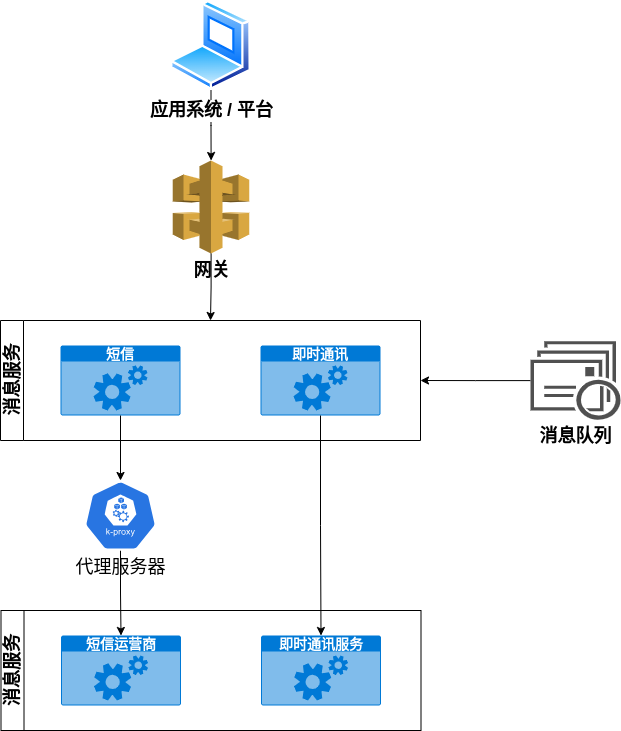
This is urdp/urdp-02-deploy-diagram.drawio.png from O70/diagram-hub, a draw.io export, as it was before one commit. Source tidied: cells renumbered, new cells last; positions are measured from the earlier drawing's top-left corner, leaving out a move shared by most shapes.
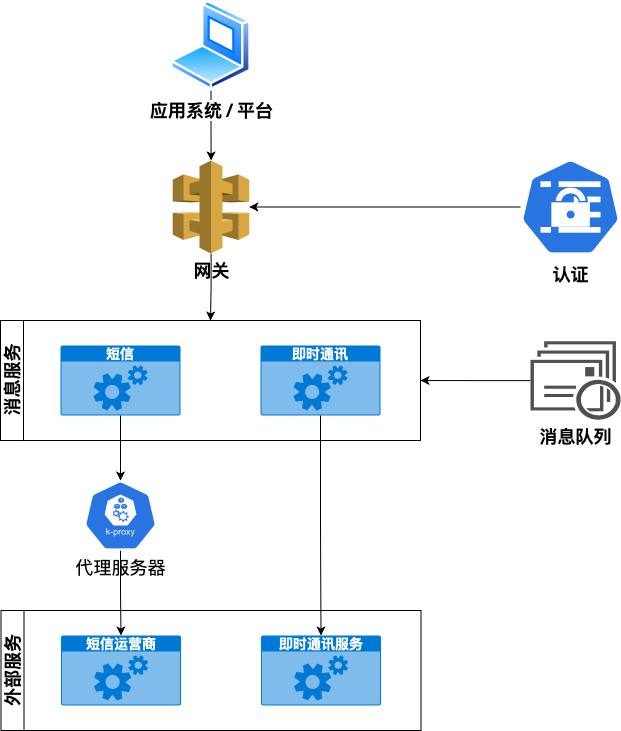
The same diagram one commit later.

Change to the diagram source:
```diff
@@ -32,7 +32,7 @@
     <mxCell id="11" style="edgeStyle=orthogonalEdgeStyle;rounded=0;jettySize=auto;html=1;" parent="1" edge="1" source="7" target="10">
       <mxGeometry relative="1" as="geometry" />
     </mxCell>
-    <mxCell id="12" value="&lt;font style=&quot;font-size: 18px;&quot;&gt;消息服务&lt;/font&gt;" style="swimlane;horizontal=0;whiteSpace=wrap;html=1;" parent="1" vertex="1">
+    <mxCell id="12" value="&lt;font size=&quot;4&quot;&gt;外部服务&lt;br&gt;&lt;/font&gt;" style="swimlane;horizontal=0;whiteSpace=wrap;html=1;" parent="1" vertex="1">
       <mxGeometry x="0.5" y="610" width="420" height="120" as="geometry" />
     </mxCell>
     <mxCell id="13" value="&lt;b&gt;&lt;font style=&quot;font-size: 14px;&quot;&gt;短信运营商&lt;/font&gt;&lt;/b&gt;" style="html=1;whiteSpace=wrap;strokeColor=none;fillColor=#0079D6;labelPosition=center;verticalLabelPosition=middle;verticalAlign=top;align=center;fontSize=12;outlineConnect=0;spacingTop=-6;fontColor=#FFFFFF;sketch=0;shape=mxgraph.sitemap.services;" parent="12" vertex="1">
@@ -50,5 +50,11 @@
     <mxCell id="17" value="&lt;font style=&quot;font-size: 18px;&quot;&gt;&lt;b&gt;消息队列&lt;/b&gt;&lt;/font&gt;" style="sketch=0;shadow=0;dashed=0;html=1;strokeColor=none;fillColor=#505050;labelPosition=center;verticalLabelPosition=bottom;verticalAlign=top;outlineConnect=0;align=center;shape=mxgraph.office.communications.queue_viewer;" parent="1" vertex="1">
       <mxGeometry x="530" y="340.8" width="90" height="78.5" as="geometry" />
     </mxCell>
+    <mxCell id="18" style="edgeStyle=orthogonalEdgeStyle;rounded=0;jettySize=auto;html=1;" parent="1" edge="1" source="19" target="5">
+      <mxGeometry relative="1" as="geometry" />
+    </mxCell>
+    <mxCell id="19" value="&lt;b&gt;&lt;font style=&quot;font-size: 18px;&quot;&gt;认证&lt;/font&gt;&lt;/b&gt;" style="sketch=0;html=1;dashed=0;whitespace=wrap;fillColor=#2875E2;strokeColor=#ffffff;points=[[0.005,0.63,0],[0.1,0.2,0],[0.9,0.2,0],[0.5,0,0],[0.995,0.63,0],[0.72,0.99,0],[0.5,1,0],[0.28,0.99,0]];verticalLabelPosition=bottom;align=center;verticalAlign=top;shape=mxgraph.kubernetes.icon;prIcon=secret;" parent="1" vertex="1">
+      <mxGeometry x="520" y="156.5" width="100" height="100" as="geometry" />
+    </mxCell>
   </root>
 </mxGraphModel>
```
